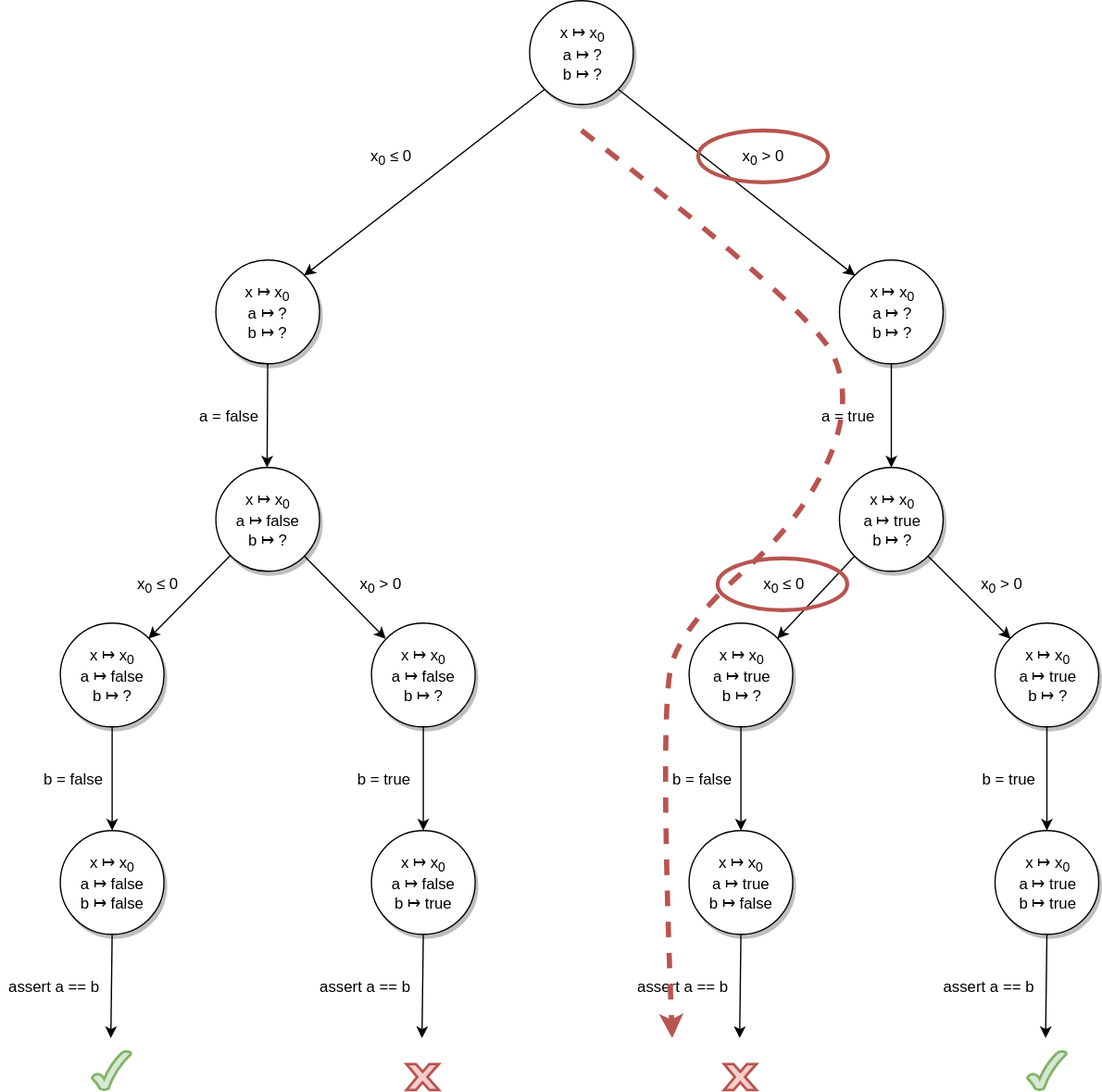
The draw.io diagram assets/doubleif_symbolic_tree_path.svg in pietrobraione/jbse-manual, before a commit. Source tidied: cells renumbered, new cells last; positions are measured from the earlier drawing's top-left corner, leaving out a move shared by most shapes.
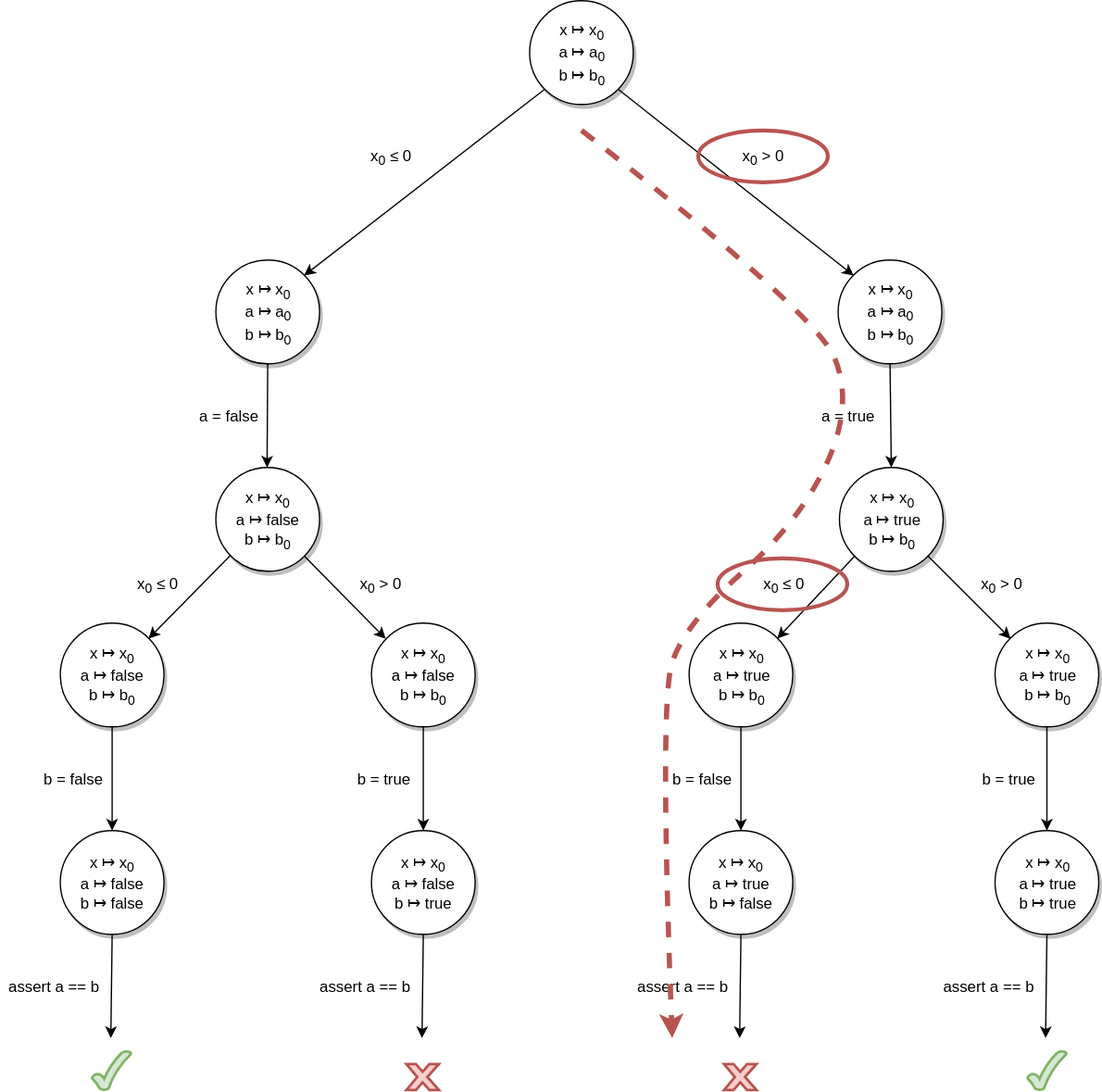
Above is the later version.

Commit message:
Track 1 files into repository.

- modified assets/doubleif_symbolic_tree_path.svg

Auto commit by GitBook Editor

Change to the diagram source:
```diff
@@ -1,4 +1,4 @@
-<mxGraphModel background="#ffffff">
+<mxGraphModel>
   <root>
     <mxCell id="0" />
     <mxCell id="1" parent="0" />
@@ -8,7 +8,7 @@
     <mxCell id="3" style="edgeStyle=none;rounded=0;html=1;jettySize=auto;exitX=0;exitY=1;entryX=1;entryY=0;" parent="1" edge="1" source="4" target="8">
       <mxGeometry relative="1" as="geometry" />
     </mxCell>
-    <mxCell id="4" value="x ↦ x&lt;sub&gt;0&lt;br&gt;&lt;/sub&gt;a ↦ ?&lt;br&gt;b ↦ ?&lt;br&gt;" style="ellipse;whiteSpace=wrap;html=1;shadow=1;gradientColor=none;" parent="1" vertex="1">
+    <mxCell id="4" value="x ↦ x&lt;sub&gt;0&lt;br&gt;&lt;/sub&gt;a ↦ a&lt;sub&gt;0&lt;/sub&gt;&lt;br&gt;b ↦ b&lt;sub&gt;0&lt;/sub&gt;&lt;br&gt;" style="ellipse;whiteSpace=wrap;html=1;shadow=1;gradientColor=none;" parent="1" vertex="1">
       <mxGeometry x="408" width="80" height="80" as="geometry" />
     </mxCell>
     <mxCell id="5" value="x&lt;sub&gt;0&lt;/sub&gt; ≤ 0" style="text;html=1;strokeColor=none;fillColor=none;align=center;verticalAlign=middle;whiteSpace=wrap;rounded=0;shadow=0;comic=0;" parent="1" vertex="1">
@@ -20,11 +20,11 @@
     <mxCell id="7" style="edgeStyle=none;rounded=0;html=1;exitX=0.5;exitY=1;entryX=0.5;entryY=1;jettySize=auto;orthogonalLoop=1;" parent="1" edge="1" source="6" target="6">
       <mxGeometry relative="1" as="geometry" />
     </mxCell>
-    <mxCell id="8" value="x ↦ x&lt;sub&gt;0&lt;br&gt;&lt;/sub&gt;a ↦ ?&lt;br&gt;b ↦ ?&lt;br&gt;" style="ellipse;whiteSpace=wrap;html=1;shadow=1;gradientColor=none;" parent="1" vertex="1">
+    <mxCell id="8" value="x ↦ x&lt;sub&gt;0&lt;br&gt;&lt;/sub&gt;a ↦ a&lt;sub&gt;0&lt;/sub&gt;&lt;br&gt;b ↦ b&lt;sub&gt;0&lt;/sub&gt;&lt;br&gt;" style="ellipse;whiteSpace=wrap;html=1;shadow=1;gradientColor=none;" parent="1" vertex="1">
       <mxGeometry x="165.5" y="200" width="80" height="80" as="geometry" />
     </mxCell>
-    <mxCell id="9" value="x ↦ x&lt;sub&gt;0&lt;br&gt;&lt;/sub&gt;a ↦ ?&lt;br&gt;b ↦ ?&lt;br&gt;" style="ellipse;whiteSpace=wrap;html=1;shadow=1;gradientColor=none;" parent="1" vertex="1">
-      <mxGeometry x="647" y="200" width="80" height="80" as="geometry" />
+    <mxCell id="9" value="x ↦ x&lt;sub&gt;0&lt;br&gt;&lt;/sub&gt;a ↦ a&lt;sub&gt;0&lt;/sub&gt;&lt;br&gt;b ↦ b&lt;sub&gt;0&lt;/sub&gt;&lt;br&gt;" style="ellipse;whiteSpace=wrap;html=1;shadow=1;gradientColor=none;" parent="1" vertex="1">
+      <mxGeometry x="646" y="200" width="80" height="80" as="geometry" />
     </mxCell>
     <mxCell id="10" style="edgeStyle=none;rounded=0;html=1;jettySize=auto;exitX=0.5;exitY=1;" parent="1" edge="1" source="8">
       <mxGeometry relative="1" as="geometry">
@@ -36,10 +36,10 @@
         <mxPoint x="687" y="360" as="targetPoint" />
       </mxGeometry>
     </mxCell>
-    <mxCell id="12" value="x ↦ x&lt;sub&gt;0&lt;br&gt;&lt;/sub&gt;a ↦ false&lt;br&gt;b ↦ ?&lt;br&gt;" style="ellipse;whiteSpace=wrap;html=1;shadow=1;gradientColor=none;" parent="1" vertex="1">
+    <mxCell id="12" value="x ↦ x&lt;sub&gt;0&lt;br&gt;&lt;/sub&gt;a ↦ false&lt;br&gt;b ↦ b&lt;sub&gt;0&lt;/sub&gt;&lt;br&gt;" style="ellipse;whiteSpace=wrap;html=1;shadow=1;gradientColor=none;" parent="1" vertex="1">
       <mxGeometry x="165.5" y="360" width="80" height="80" as="geometry" />
     </mxCell>
-    <mxCell id="13" value="x ↦ x&lt;sub&gt;0&lt;br&gt;&lt;/sub&gt;a ↦ true&lt;br&gt;b ↦ ?&lt;br&gt;" style="ellipse;whiteSpace=wrap;html=1;shadow=1;gradientColor=none;" parent="1" vertex="1">
+    <mxCell id="13" value="x ↦ x&lt;sub&gt;0&lt;br&gt;&lt;/sub&gt;a ↦ true&lt;br&gt;b ↦ b&lt;sub&gt;0&lt;/sub&gt;&lt;br&gt;" style="ellipse;whiteSpace=wrap;html=1;shadow=1;gradientColor=none;" parent="1" vertex="1">
       <mxGeometry x="647" y="360" width="80" height="80" as="geometry" />
     </mxCell>
     <mxCell id="14" value="a = false" style="text;html=1;strokeColor=none;fillColor=none;align=center;verticalAlign=middle;whiteSpace=wrap;rounded=0;shadow=0;comic=0;" parent="1" vertex="1">
@@ -60,10 +60,10 @@
     <mxCell id="19" value="x&lt;sub&gt;0&lt;/sub&gt;&amp;nbsp;&amp;gt; 0" style="text;html=1;strokeColor=none;fillColor=none;align=center;verticalAlign=middle;whiteSpace=wrap;rounded=0;shadow=0;comic=0;" parent="1" vertex="1">
       <mxGeometry x="752" y="440" width="40" height="20" as="geometry" />
     </mxCell>
-    <mxCell id="20" value="x ↦ x&lt;sub&gt;0&lt;br&gt;&lt;/sub&gt;a ↦ false&lt;br&gt;b ↦ ?&lt;br&gt;" style="ellipse;whiteSpace=wrap;html=1;shadow=1;gradientColor=none;" parent="1" vertex="1">
+    <mxCell id="20" value="x ↦ x&lt;sub&gt;0&lt;br&gt;&lt;/sub&gt;a ↦ false&lt;br&gt;b ↦ b&lt;sub&gt;0&lt;/sub&gt;&lt;br&gt;" style="ellipse;whiteSpace=wrap;html=1;shadow=1;gradientColor=none;" parent="1" vertex="1">
       <mxGeometry x="45.5" y="480" width="80" height="80" as="geometry" />
     </mxCell>
-    <mxCell id="21" value="x ↦ x&lt;sub&gt;0&lt;br&gt;&lt;/sub&gt;a ↦ true&lt;br&gt;b ↦ ?&lt;br&gt;" style="ellipse;whiteSpace=wrap;html=1;shadow=1;gradientColor=none;" parent="1" vertex="1">
+    <mxCell id="21" value="x ↦ x&lt;sub&gt;0&lt;br&gt;&lt;/sub&gt;a ↦ true&lt;br&gt;b ↦ b&lt;sub&gt;0&lt;/sub&gt;&lt;br&gt;" style="ellipse;whiteSpace=wrap;html=1;shadow=1;gradientColor=none;" parent="1" vertex="1">
       <mxGeometry x="767" y="480" width="80" height="80" as="geometry" />
     </mxCell>
     <mxCell id="22" style="edgeStyle=none;rounded=0;html=1;jettySize=auto;exitX=0.5;exitY=1;entryX=0.5;entryY=0;" parent="1" edge="1" source="20" target="24">
@@ -108,7 +108,7 @@
     <mxCell id="33" value="assert a == b" style="text;html=1;strokeColor=none;fillColor=none;align=center;verticalAlign=middle;whiteSpace=wrap;rounded=0;shadow=0;comic=0;" parent="1" vertex="1">
       <mxGeometry x="722" y="750" width="80" height="20" as="geometry" />
     </mxCell>
-    <mxCell id="34" value="x ↦ x&lt;sub&gt;0&lt;br&gt;&lt;/sub&gt;a ↦ false&lt;br&gt;b ↦ ?&lt;br&gt;" style="ellipse;whiteSpace=wrap;html=1;shadow=1;gradientColor=none;" parent="1" vertex="1">
+    <mxCell id="34" value="x ↦ x&lt;sub&gt;0&lt;br&gt;&lt;/sub&gt;a ↦ false&lt;br&gt;b ↦ b&lt;sub&gt;0&lt;/sub&gt;&lt;br&gt;" style="ellipse;whiteSpace=wrap;html=1;shadow=1;gradientColor=none;" parent="1" vertex="1">
       <mxGeometry x="285.5" y="480" width="80" height="80" as="geometry" />
     </mxCell>
     <mxCell id="35" style="edgeStyle=none;rounded=0;html=1;jettySize=auto;exitX=0.5;exitY=1;entryX=0.5;entryY=0;" parent="1" edge="1" source="34" target="36">
@@ -137,7 +137,7 @@
     <mxCell id="42" value="x&lt;sub&gt;0&lt;/sub&gt;&amp;nbsp;&amp;gt; 0" style="text;html=1;strokeColor=none;fillColor=none;align=center;verticalAlign=middle;whiteSpace=wrap;rounded=0;shadow=0;comic=0;" parent="1" vertex="1">
       <mxGeometry x="273" y="440" width="40" height="20" as="geometry" />
     </mxCell>
-    <mxCell id="43" value="x ↦ x&lt;sub&gt;0&lt;br&gt;&lt;/sub&gt;a ↦ true&lt;br&gt;b ↦ ?&lt;br&gt;" style="ellipse;whiteSpace=wrap;html=1;shadow=1;gradientColor=none;" parent="1" vertex="1">
+    <mxCell id="43" value="x ↦ x&lt;sub&gt;0&lt;br&gt;&lt;/sub&gt;a ↦ true&lt;br&gt;b ↦ b&lt;sub&gt;0&lt;/sub&gt;&lt;br&gt;" style="ellipse;whiteSpace=wrap;html=1;shadow=1;gradientColor=none;" parent="1" vertex="1">
       <mxGeometry x="530.5" y="480" width="80" height="80" as="geometry" />
     </mxCell>
     <mxCell id="44" style="edgeStyle=none;rounded=0;html=1;jettySize=auto;exitX=0.5;exitY=1;entryX=0.5;entryY=0;" parent="1" edge="1" source="43" target="45">
```
